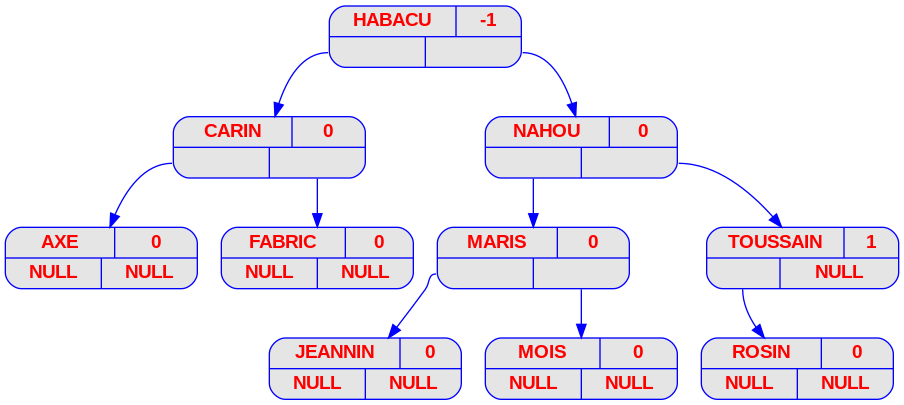
Earlier version of the Graphviz export ex1/img/png/prenoms_v09.png (danilorodrigues128/FilRougeAAP). Its source is kept beside it as ex1/img/dot/prenoms_v09.dot.
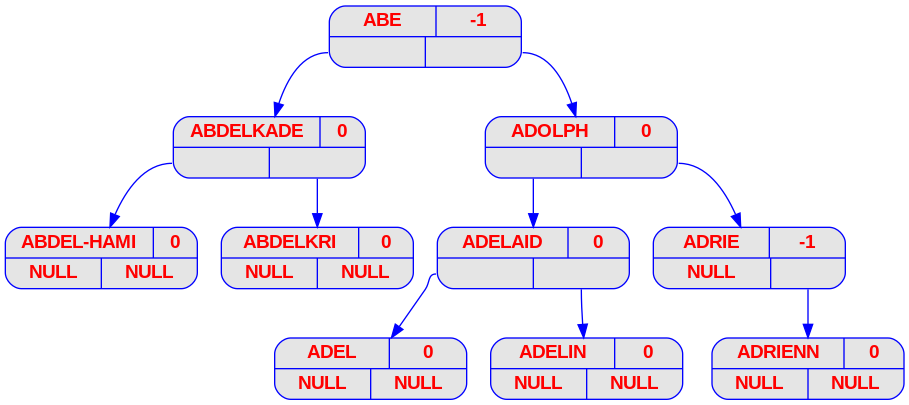
After the commit.

The edit, as a diff of the source:
```diff
@@ -14,29 +14,29 @@
 		color     = "blue"
 	]
 
-	HABACU [label = "{{<c> HABACU | <b> -1} | { <g> | <d>}}"];
-	HABACU:g -> CARIN;
-	CARIN [label = "{{<c> CARIN | <b> 0} | { <g> | <d>}}"];
-	CARIN:g -> AXE;
-	AXE [label = "{{<c> AXE | <b> 0} | { <g> | <d>}}"];
-	AXE [label = "{{<c> AXE | <b> 0} | { <g> NULL | <d> NULL}}"];
-	CARIN:d -> FABRIC;
-	FABRIC [label = "{{<c> FABRIC | <b> 0} | { <g> | <d>}}"];
-	FABRIC [label = "{{<c> FABRIC | <b> 0} | { <g> NULL | <d> NULL}}"];
-	HABACU:d -> NAHOU;
-	NAHOU [label = "{{<c> NAHOU | <b> 0} | { <g> | <d>}}"];
-	NAHOU:g -> MARIS;
-	MARIS [label = "{{<c> MARIS | <b> 0} | { <g> | <d>}}"];
-	MARIS:g -> JEANNIN;
-	JEANNIN [label = "{{<c> JEANNIN | <b> 0} | { <g> | <d>}}"];
-	JEANNIN [label = "{{<c> JEANNIN | <b> 0} | { <g> NULL | <d> NULL}}"];
-	MARIS:d -> MOIS;
-	MOIS [label = "{{<c> MOIS | <b> 0} | { <g> | <d>}}"];
-	MOIS [label = "{{<c> MOIS | <b> 0} | { <g> NULL | <d> NULL}}"];
-	NAHOU:d -> TOUSSAIN;
-	TOUSSAIN [label = "{{<c> TOUSSAIN | <b> 1} | { <g> | <d>}}"];
-	TOUSSAIN [label = "{{<c> TOUSSAIN | <b> 1} | { <g> | <d> NULL}}"];
-	TOUSSAIN:g -> ROSIN;
-	ROSIN [label = "{{<c> ROSIN | <b> 0} | { <g> | <d>}}"];
-	ROSIN [label = "{{<c> ROSIN | <b> 0} | { <g> NULL | <d> NULL}}"];
+	"ABE" [label = "{{<c> ABE | <b> -1} | { <g> | <d>}}"];
+	"ABE":g -> "ABDELKADE";
+	"ABDELKADE" [label = "{{<c> ABDELKADE | <b> 0} | { <g> | <d>}}"];
+	"ABDELKADE":g -> "ABDEL-HAMI";
+	"ABDEL-HAMI" [label = "{{<c> ABDEL-HAMI | <b> 0} | { <g> | <d>}}"];
+	"ABDEL-HAMI" [label = "{{<c> ABDEL-HAMI | <b> 0} | { <g> NULL | <d> NULL}}"];
+	"ABDELKADE":d -> "ABDELKRI";
+	"ABDELKRI" [label = "{{<c> ABDELKRI | <b> 0} | { <g> | <d>}}"];
+	"ABDELKRI" [label = "{{<c> ABDELKRI | <b> 0} | { <g> NULL | <d> NULL}}"];
+	"ABE":d -> "ADOLPH";
+	"ADOLPH" [label = "{{<c> ADOLPH | <b> 0} | { <g> | <d>}}"];
+	"ADOLPH":g -> "ADELAID";
+	"ADELAID" [label = "{{<c> ADELAID | <b> 0} | { <g> | <d>}}"];
+	"ADELAID":g -> "ADEL";
+	"ADEL" [label = "{{<c> ADEL | <b> 0} | { <g> | <d>}}"];
+	"ADEL" [label = "{{<c> ADEL | <b> 0} | { <g> NULL | <d> NULL}}"];
+	"ADELAID":d -> "ADELIN";
+	"ADELIN" [label = "{{<c> ADELIN | <b> 0} | { <g> | <d>}}"];
+	"ADELIN" [label = "{{<c> ADELIN | <b> 0} | { <g> NULL | <d> NULL}}"];
+	"ADOLPH":d -> "ADRIE";
+	"ADRIE" [label = "{{<c> ADRIE | <b> -1} | { <g> | <d>}}"];
+	"ADRIE" [label = "{{<c> ADRIE | <b> -1} | { <g> NULL | <d> }}"];
+	"ADRIE":d -> "ADRIENN";
+	"ADRIENN" [label = "{{<c> ADRIENN | <b> 0} | { <g> | <d>}}"];
+	"ADRIENN" [label = "{{<c> ADRIENN | <b> 0} | { <g> NULL | <d> NULL}}"];
 }
```
